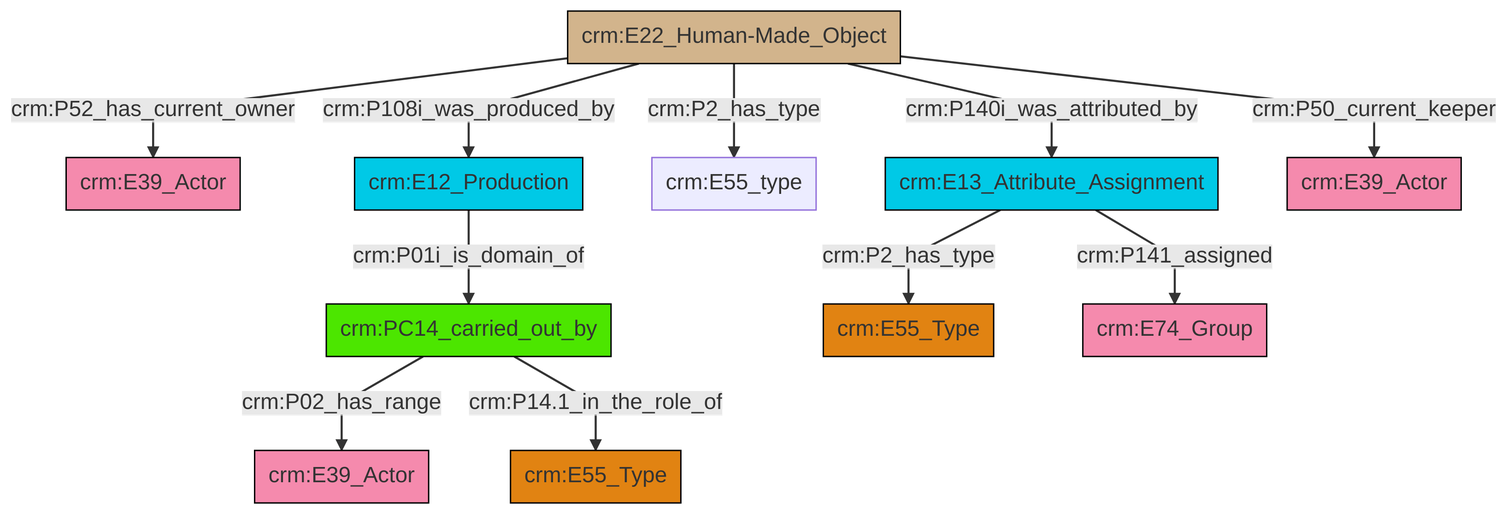
Above: et/artworkCSV/ttl/mmd/png/Artwork_Actor_Relations.png in swiss-art-research-net/docs.swissartresearch (Mermaid), before the change. Its source is kept beside it as et/artworkCSV/ttl/mmd/Artwork_Actor_Relations.ttl.mmd.
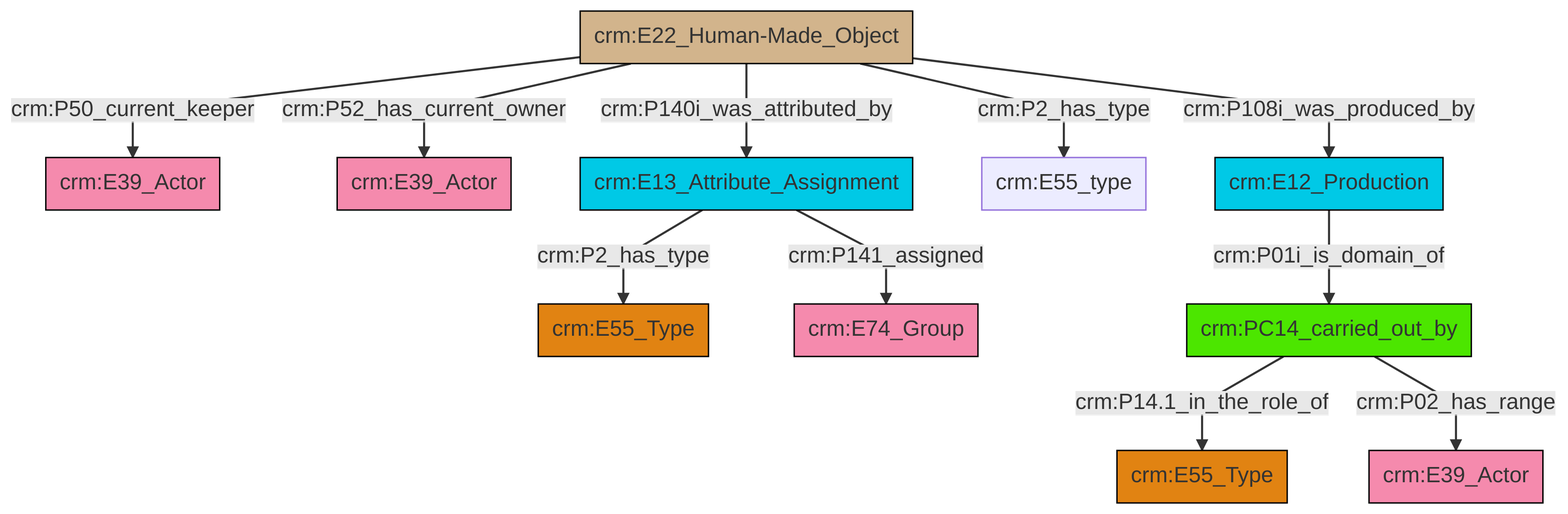
After the change.

Change to the diagram source:
```diff
@@ -13,13 +13,13 @@
 classDef PC_Classes fill:#4ce600, stroke:#000000;
 classDef Multi fill:#cccccc,stroke:#000000;
 
-2["crm:E22_Human-Made_Object"]:::Physical_Thing -->|crm:P52_has_current_owner| 3["crm:E39_Actor"]:::Actor
-4["crm:PC14_carried_out_by"]:::PC_Classes -->|crm:P02_has_range| 5["crm:E39_Actor"]:::Actor
-6["crm:E13_Attribute_Assignment"]:::Temporal_Entity -->|crm:P2_has_type| 7["crm:E55_Type"]:::Type
-2["crm:E22_Human-Made_Object"]:::Physical_Thing -->|crm:P2_has_type| 9["crm:E55_type"]:::Default
-10["crm:E12_Production"]:::Temporal_Entity -->|crm:P01i_is_domain_of| 4["crm:PC14_carried_out_by"]:::PC_Classes
-6["crm:E13_Attribute_Assignment"]:::Temporal_Entity -->|crm:P141_assigned| 13["crm:E74_Group"]:::Actor
-2["crm:E22_Human-Made_Object"]:::Physical_Thing -->|crm:P140i_was_attributed_by| 6["crm:E13_Attribute_Assignment"]:::Temporal_Entity
-2["crm:E22_Human-Made_Object"]:::Physical_Thing -->|crm:P108i_was_produced_by| 10["crm:E12_Production"]:::Temporal_Entity
-2["crm:E22_Human-Made_Object"]:::Physical_Thing -->|crm:P50_current_keeper| 17["crm:E39_Actor"]:::Actor
-4["crm:PC14_carried_out_by"]:::PC_Classes -->|crm:P14.1_in_the_role_of| 0["crm:E55_Type"]:::Type
+0["crm:E13_Attribute_Assignment"]:::Temporal_Entity -->|crm:P2_has_type| 1["crm:E55_Type"]:::Type
+2["crm:E22_Human-Made_Object"]:::Physical_Thing -->|crm:P50_current_keeper| 3["crm:E39_Actor"]:::Actor
+5["crm:PC14_carried_out_by"]:::PC_Classes -->|crm:P14.1_in_the_role_of| 6["crm:E55_Type"]:::Type
+2["crm:E22_Human-Made_Object"]:::Physical_Thing -->|crm:P52_has_current_owner| 7["crm:E39_Actor"]:::Actor
+0["crm:E13_Attribute_Assignment"]:::Temporal_Entity -->|crm:P141_assigned| 9["crm:E74_Group"]:::Actor
+2["crm:E22_Human-Made_Object"]:::Physical_Thing -->|crm:P140i_was_attributed_by| 0["crm:E13_Attribute_Assignment"]:::Temporal_Entity
+5["crm:PC14_carried_out_by"]:::PC_Classes -->|crm:P02_has_range| 15["crm:E39_Actor"]:::Actor
+2["crm:E22_Human-Made_Object"]:::Physical_Thing -->|crm:P2_has_type| 16["crm:E55_type"]:::Default
+2["crm:E22_Human-Made_Object"]:::Physical_Thing -->|crm:P108i_was_produced_by| 12["crm:E12_Production"]:::Temporal_Entity
+12["crm:E12_Production"]:::Temporal_Entity -->|crm:P01i_is_domain_of| 5["crm:PC14_carried_out_by"]:::PC_Classes
```
